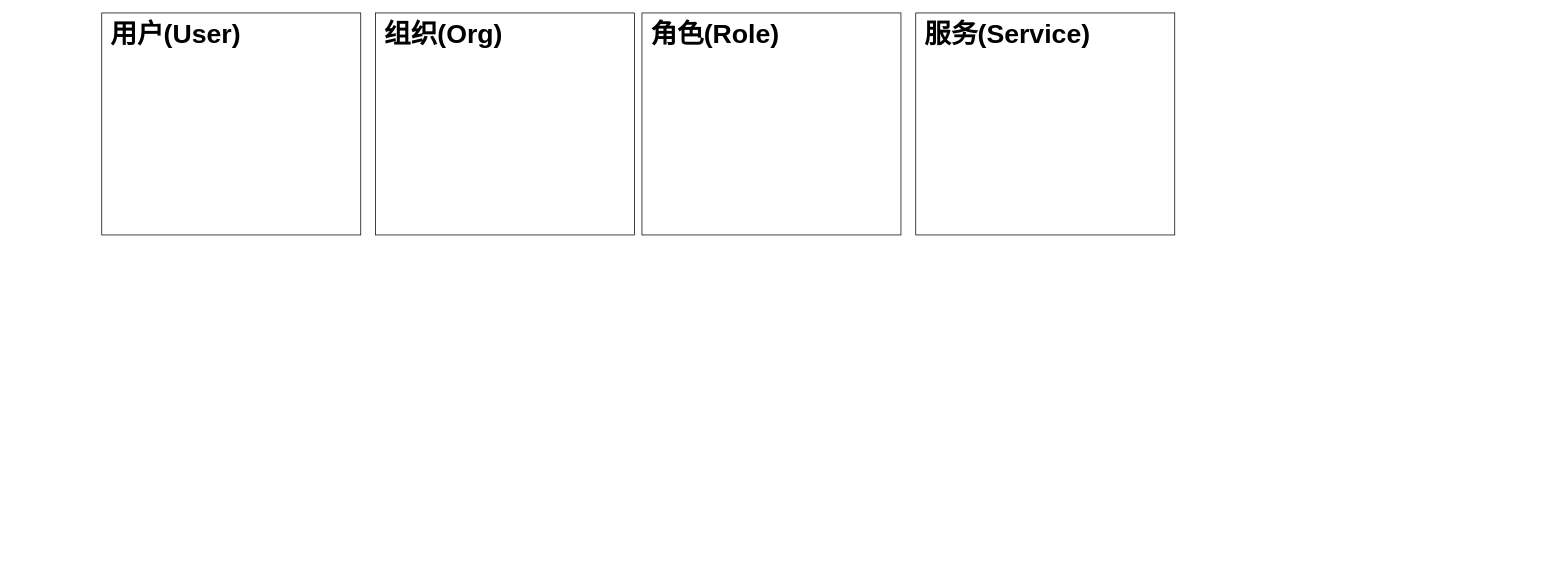
This is 统一用户中心.drawio from joestarhu/drowio, a draw.io file, before an edit. Source tidied: cells renumbered, new cells numbered last; positions are measured from the earlier drawing's top-left corner, leaving out a move shared by most shapes. Both pictures are drawn from the tidied source at 74%, with x=0, y=0 at pixel (101, 13).
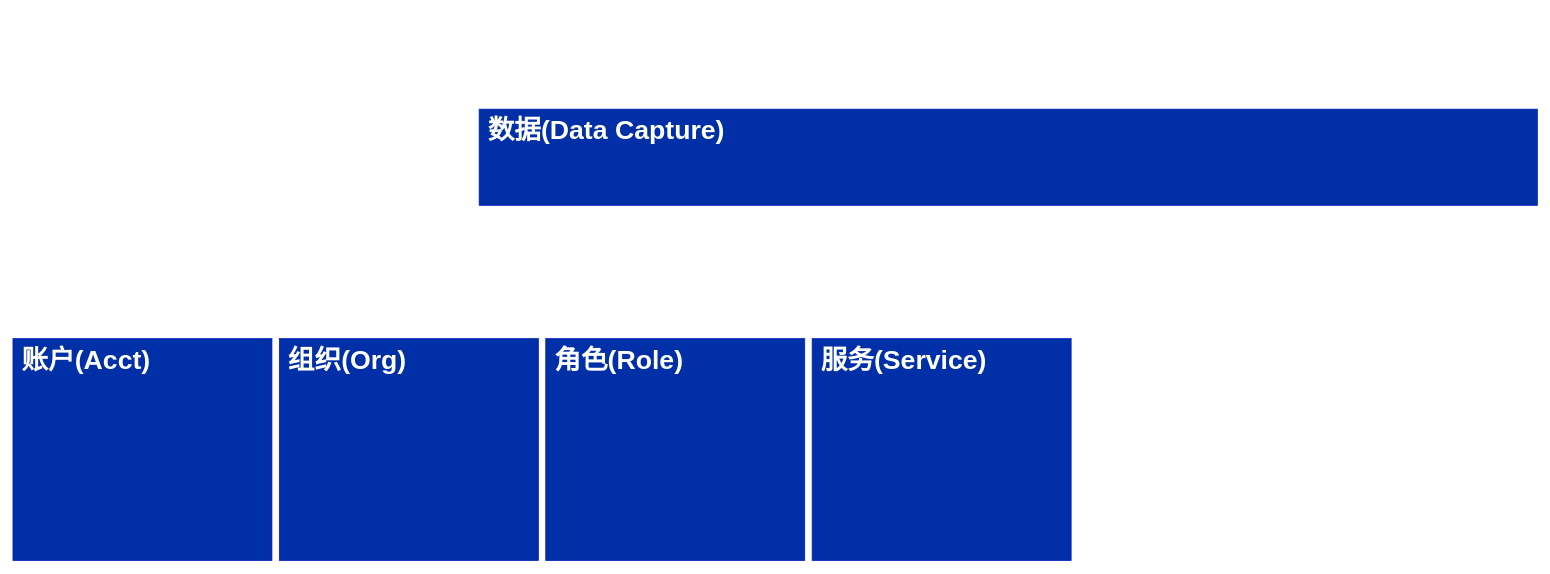
The same page after the edit.

Commit message (it also covers changes not shown here):
更新统一用户中心.drawio

The edit, as a diff of the source:
```diff
@@
 <mxGraphModel>
   <root>
     <mxCell id="0" />
     <mxCell id="1" parent="0" />
-    <mxCell id="2" value="用户(User)" style="rounded=0;whiteSpace=wrap;html=1;align=left;verticalAlign=top;fontSize=36;fontStyle=1;spacingLeft=10;" parent="1" vertex="1">
-      <mxGeometry width="350" height="300" as="geometry" />
+    <mxCell id="2" value="账户(Acct)" style="rounded=0;whiteSpace=wrap;html=1;align=left;verticalAlign=top;fontSize=36;fontStyle=1;spacingLeft=10;fillColor=#002fa7;strokeColor=#001DBC;fontColor=#ffffff;" parent="1" vertex="1">
+      <mxGeometry x="-120" y="440" width="350" height="300" as="geometry" />
     </mxCell>
-    <mxCell id="3" value="组织(Org)" style="rounded=0;whiteSpace=wrap;html=1;align=left;verticalAlign=top;fontSize=36;fontStyle=1;spacingLeft=10;" parent="1" vertex="1">
-      <mxGeometry x="370" width="350" height="300" as="geometry" />
+    <mxCell id="3" value="组织(Org)" style="rounded=0;whiteSpace=wrap;html=1;align=left;verticalAlign=top;fontSize=36;fontStyle=1;spacingLeft=10;fillColor=#002fa7;strokeColor=#001DBC;fontColor=#ffffff;" parent="1" vertex="1">
+      <mxGeometry x="240" y="440" width="350" height="300" as="geometry" />
     </mxCell>
-    <mxCell id="4" value="角色(Role)" style="rounded=0;whiteSpace=wrap;html=1;align=left;verticalAlign=top;fontSize=36;fontStyle=1;spacingLeft=10;" parent="1" vertex="1">
-      <mxGeometry x="730" width="350" height="300" as="geometry" />
+    <mxCell id="4" value="角色(Role)" style="rounded=0;whiteSpace=wrap;html=1;align=left;verticalAlign=top;fontSize=36;fontStyle=1;spacingLeft=10;fillColor=#002fa7;strokeColor=#001DBC;fontColor=#ffffff;" parent="1" vertex="1">
+      <mxGeometry x="600" y="440" width="350" height="300" as="geometry" />
     </mxCell>
-    <mxCell id="5" value="服务(Service)" style="rounded=0;whiteSpace=wrap;html=1;align=left;verticalAlign=top;fontSize=36;fontStyle=1;spacingLeft=10;" parent="1" vertex="1">
-      <mxGeometry x="1100" width="350" height="300" as="geometry" />
+    <mxCell id="5" value="服务(Service)" style="rounded=0;whiteSpace=wrap;html=1;align=left;verticalAlign=top;fontSize=36;fontStyle=1;spacingLeft=10;fillColor=#002fa7;strokeColor=#001DBC;fontColor=#ffffff;" parent="1" vertex="1">
+      <mxGeometry x="960" y="440" width="350" height="300" as="geometry" />
     </mxCell>
+    <mxCell id="6" value="数据(Data Capture)" style="rounded=0;whiteSpace=wrap;html=1;align=left;verticalAlign=top;fontSize=36;fontStyle=1;spacingLeft=10;fillColor=#002fa7;strokeColor=#001DBC;fontColor=#ffffff;" parent="1" vertex="1">
+      <mxGeometry x="510" y="130" width="1430" height="130" as="geometry" />
+    </mxCell>
   </root>
 </mxGraphModel>
```
